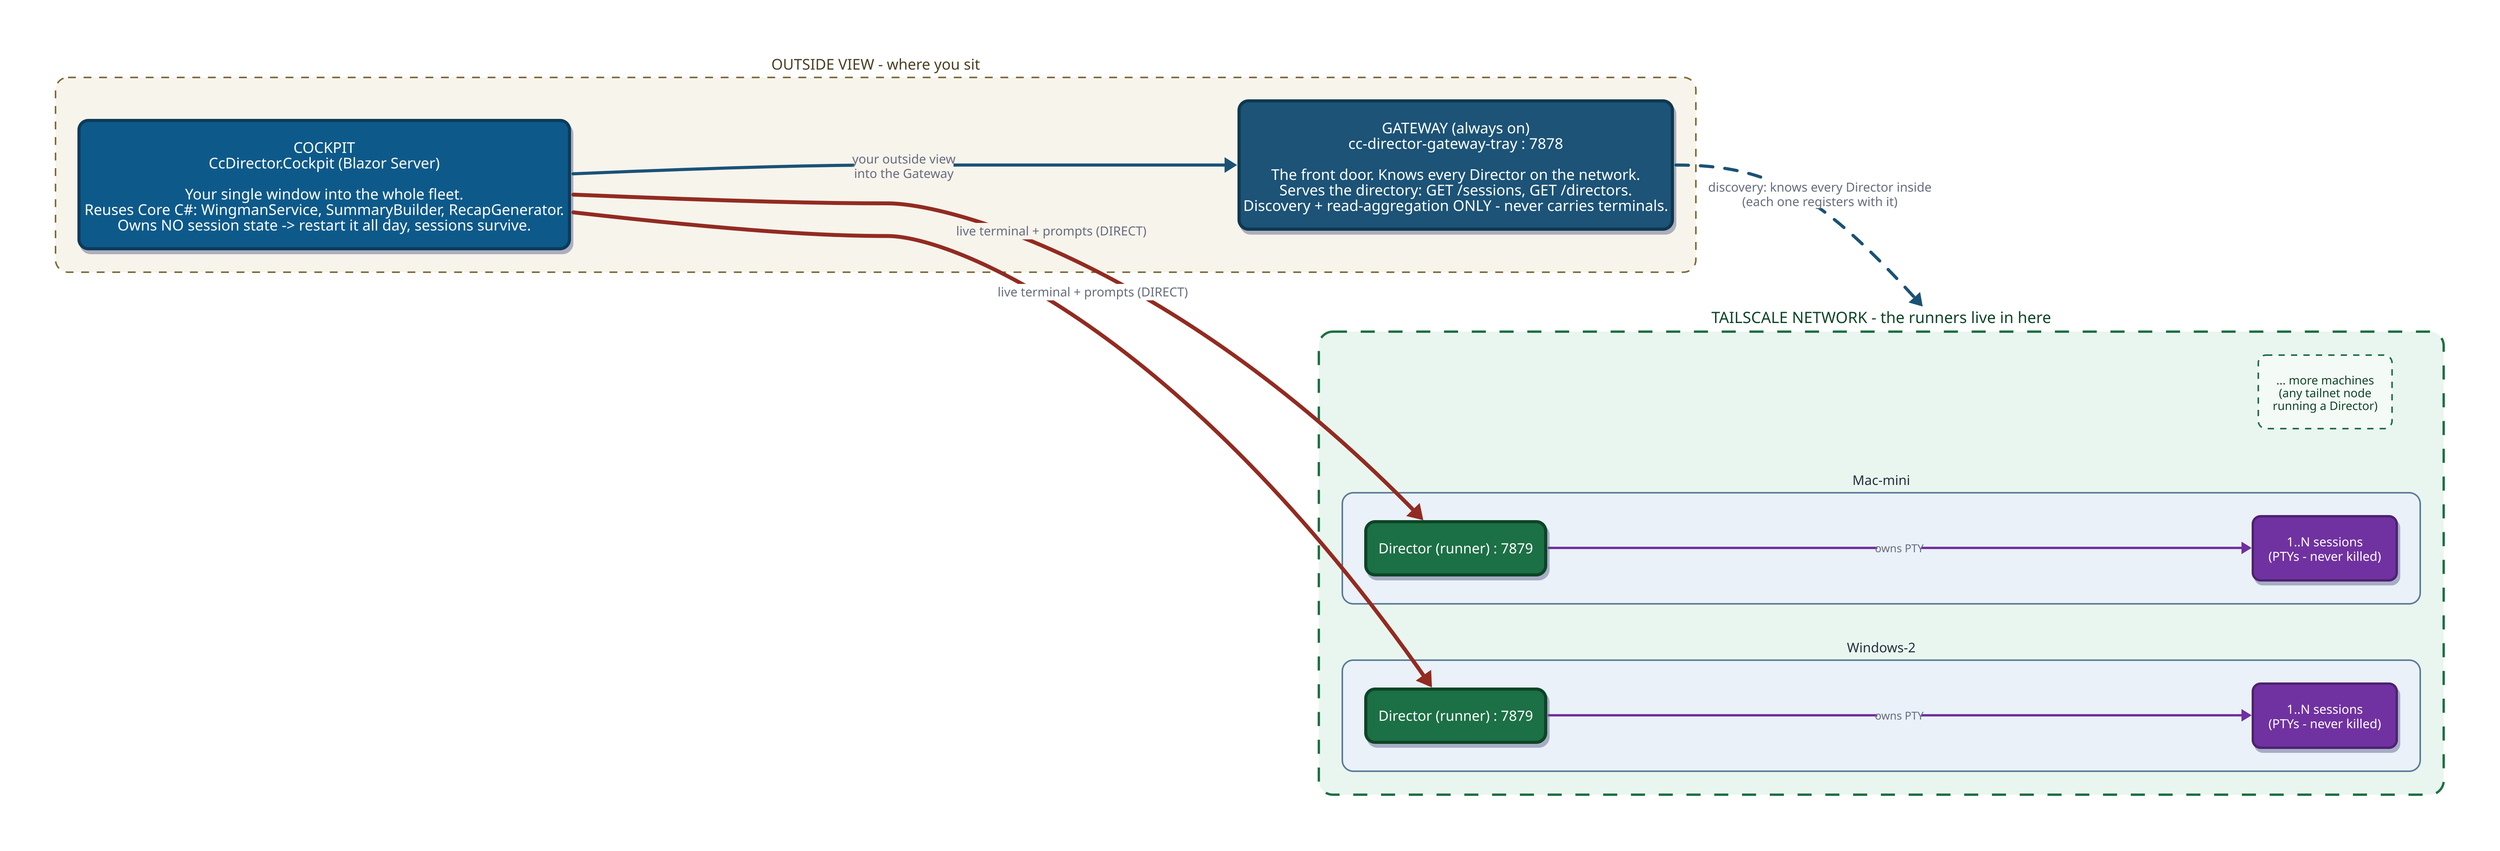
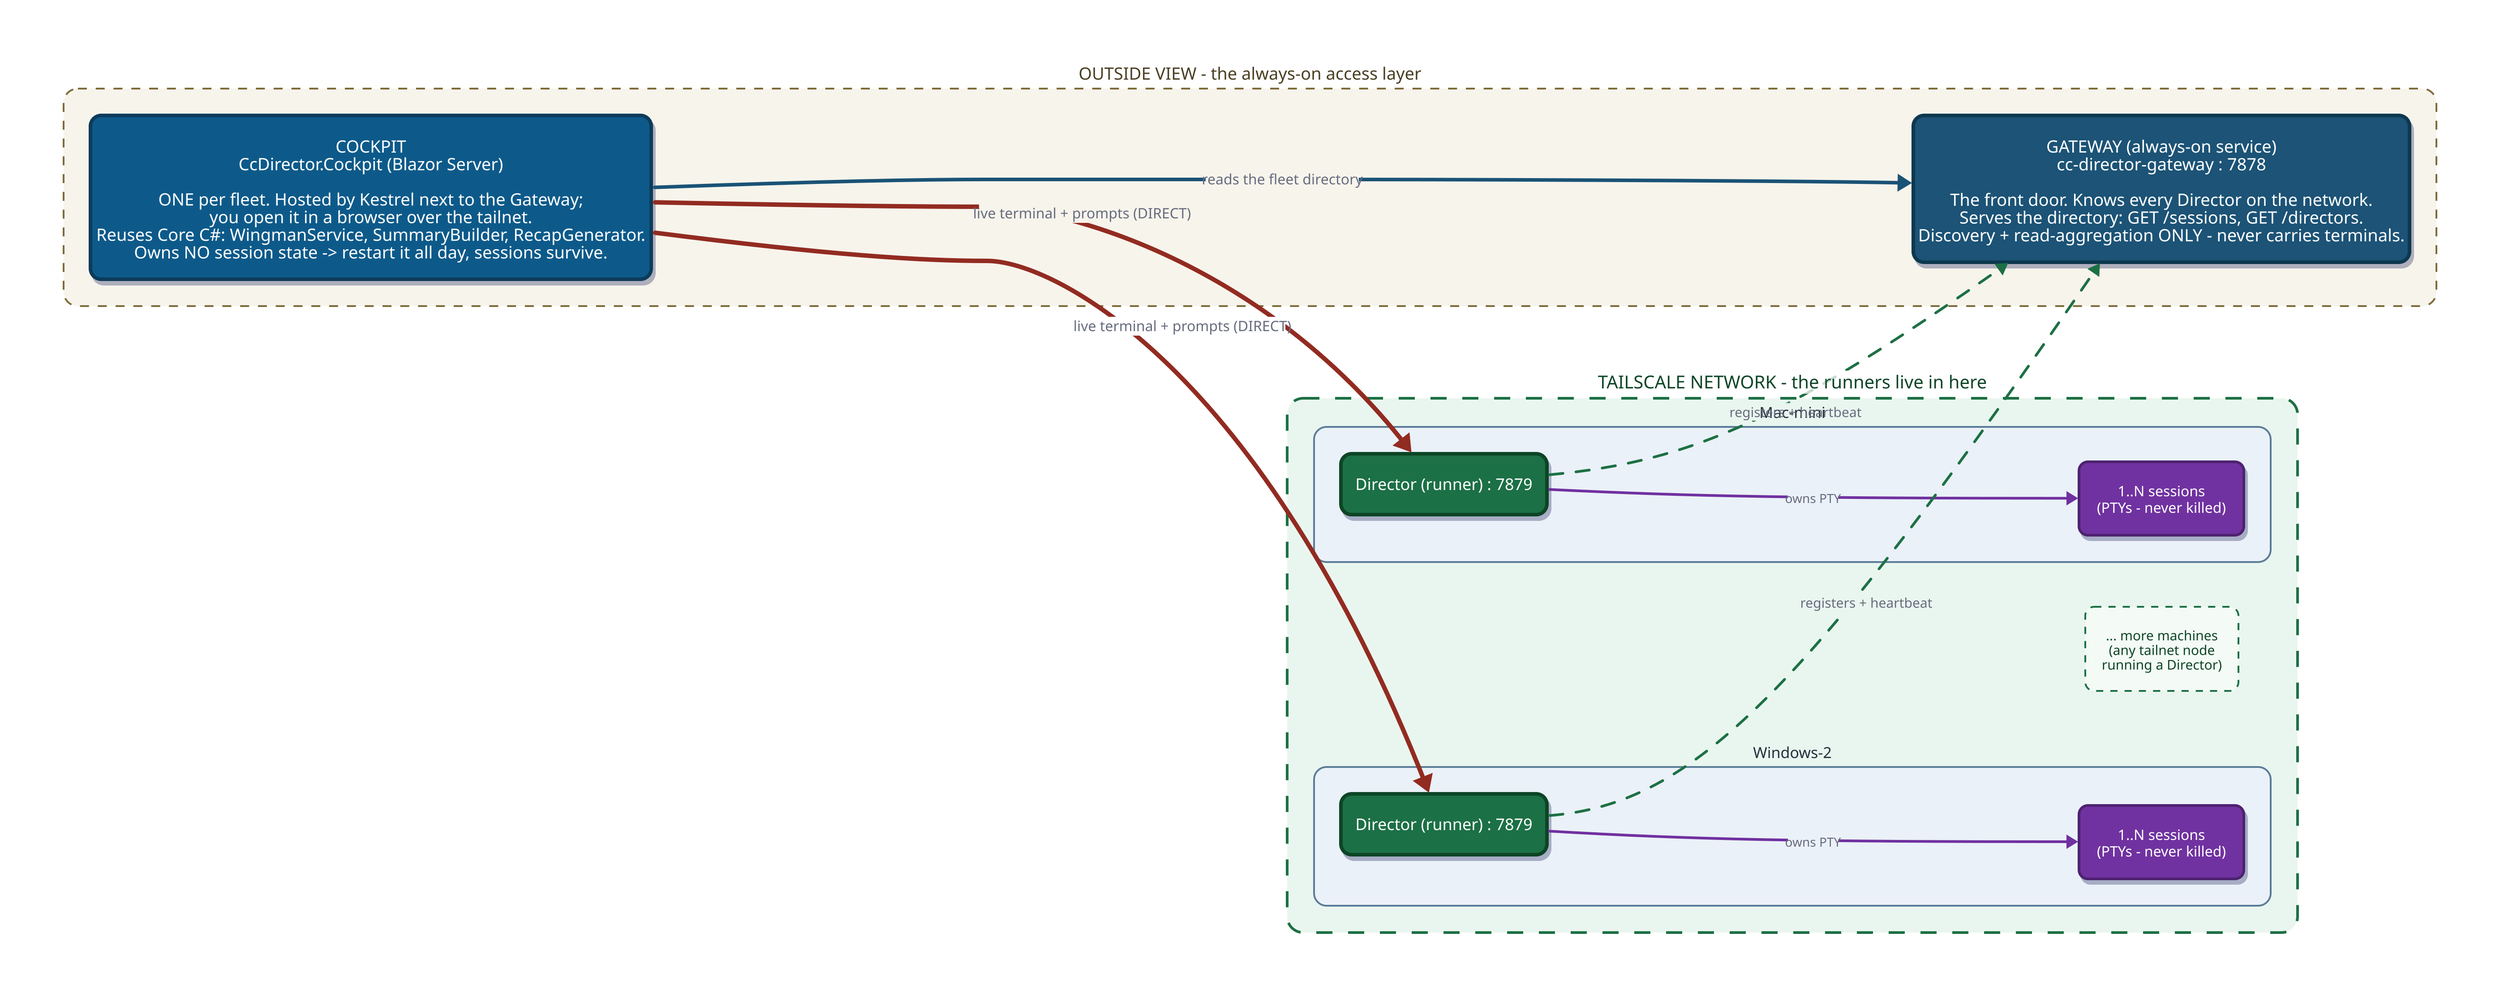
# CC Director - Cockpit Fleet Topology  (TARGET / PLANNED - v1)
#
# Left  = the OUTSIDE VIEW you interact with:  the Cockpit (your window) and the
#         always-on Gateway it reads from.
# Right = INSIDE the Tailscale network:  the runner machines, each with a
#         Director that owns the live session PTYs.
#
# The Cockpit reads the fleet directory from the Gateway, then reaches straight
# into the network to each owning Director for the live terminal + prompts.
# The Gateway never carries terminal traffic.  Directors are dumb runners;
# restarting the Cockpit never touches a session.
#
# Render with:
#   "D:\Tools\d2\d2.exe" --theme=0 --layout=elk cockpit-topology.d2 cockpit-topology.png

vars: {
  d2-config: {
    layout-engine: elk
    pad: 70
  }
}

direction: right

classes: {
  cockpit: {
    style: { fill: "#0E5A8A"; stroke: "#083A5A"; stroke-width: 4; font-color: white; font-size: 19; bold: true; border-radius: 12; shadow: true }
  }
  gateway: {
    style: { fill: "#1A5276"; stroke: "#0E3850"; stroke-width: 4; font-color: white; font-size: 19; bold: true; border-radius: 12; shadow: true }
  }
  director: {
    style: { fill: "#1D7044"; stroke: "#0E4527"; stroke-width: 4; font-color: white; font-size: 18; bold: true; border-radius: 12; shadow: true }
  }
  sessions: {
    style: { fill: "#7030A0"; stroke: "#4E2270"; stroke-width: 3; font-color: white; font-size: 16; bold: true; border-radius: 10; shadow: true }
  }
  machine: {
    style: { fill: "#EAF1F8"; stroke: "#5B7C99"; stroke-width: 2; font-color: "#22303C"; font-size: 17; bold: true; border-radius: 14 }
  }
  outside: {
    style: { fill: "#F7F4EC"; stroke: "#7E6B3A"; stroke-width: 2; stroke-dash: 5; font-color: "#4A3F22"; font-size: 19; bold: true; border-radius: 16 }
  }
  net: {
    style: { fill: "#E9F6EF"; stroke: "#1D7044"; stroke-width: 3; stroke-dash: 6; font-color: "#0E4527"; font-size: 20; bold: true; border-radius: 18 }
  }
}

- # ===== LEFT: the outside view (you sit here) ================================
- outside: "OUTSIDE VIEW  -  where you sit" {
+ # ===== LEFT: the always-on access layer (Gateway + Cockpit) =================
+ outside: "OUTSIDE VIEW  -  the always-on access layer" {
  class: outside

-   Cockpit: "COCKPIT\nCcDirector.Cockpit  (Blazor Server)\n\nYour single window into the whole fleet.\nReuses Core C#: WingmanService, SummaryBuilder, RecapGenerator.\nOwns NO session state -> restart it all day, sessions survive." { class: cockpit }
+   Cockpit: "COCKPIT\nCcDirector.Cockpit  (Blazor Server)\n\nONE per fleet. Hosted by Kestrel next to the Gateway;\nyou open it in a browser over the tailnet.\nReuses Core C#: WingmanService, SummaryBuilder, RecapGenerator.\nOwns NO session state -> restart it all day, sessions survive." { class: cockpit }

-   Gateway: "GATEWAY  (always on)\ncc-director-gateway-tray : 7878\n\nThe front door. Knows every Director on the network.\nServes the directory: GET /sessions, GET /directors.\nDiscovery + read-aggregation ONLY - never carries terminals." { class: gateway }
+   Gateway: "GATEWAY  (always-on service)\ncc-director-gateway : 7878\n\nThe front door. Knows every Director on the network.\nServes the directory: GET /sessions, GET /directors.\nDiscovery + read-aggregation ONLY - never carries terminals." { class: gateway }

-   Cockpit -> Gateway: "your outside view\ninto the Gateway" { style.stroke: "#1A5276"; style.stroke-width: 4; style.font-size: 16; style.bold: true }
+   Cockpit -> Gateway: "reads the fleet directory" { style.stroke: "#1A5276"; style.stroke-width: 4; style.font-size: 16; style.bold: true }
}

# ===== RIGHT: inside the Tailscale network (the runners) ====================
network: "TAILSCALE NETWORK  -  the runners live in here" {
  class: net

  macmini: "Mac-mini" {
    class: machine
    DirB: "Director (runner) : 7879" { class: director }
    SessB: "1..N sessions\n(PTYs - never killed)" { class: sessions }
    DirB -> SessB: "owns PTY" { style.stroke: "#7030A0"; style.stroke-width: 3; style.font-size: 14 }
  }

  win2: "Windows-2" {
    class: machine
    DirC: "Director (runner) : 7879" { class: director }
    SessC: "1..N sessions\n(PTYs - never killed)" { class: sessions }
    DirC -> SessC: "owns PTY" { style.stroke: "#7030A0"; style.stroke-width: 3; style.font-size: 14 }
  }

  more: "...  more machines\n(any tailnet node\nrunning a Director)" {
    style: { fill: "#F4FAF6"; stroke: "#1D7044"; stroke-width: 2; stroke-dash: 4; font-color: "#0E4527"; font-size: 15; border-radius: 10 }
  }
}

- # ===== Gateway knows the fleet (discovery reaches into the network) =========
- outside.Gateway -> network: "discovery: knows every Director inside\n(each one registers with it)" { style.stroke: "#1A5276"; style.stroke-width: 4; style.font-size: 16; style.bold: true; style.stroke-dash: 4 }
+ # ===== Each Director REGISTERS WITH the Gateway (how it learns the fleet) ====
+ network.macmini.DirB -> outside.Gateway: "registers + heartbeat" { style.stroke: "#1D7044"; style.stroke-width: 3; style.font-size: 15; style.bold: true; style.stroke-dash: 5 }
+ network.win2.DirC -> outside.Gateway: "registers + heartbeat" { style.stroke: "#1D7044"; style.stroke-width: 3; style.font-size: 15; style.bold: true; style.stroke-dash: 5 }

# ===== Cockpit dials each owning Director DIRECTLY (live terminal + prompts) =
outside.Cockpit -> network.macmini.DirB: "live terminal + prompts (DIRECT)" { style.stroke: "#922B21"; style.stroke-width: 5; style.font-size: 16; style.bold: true }
outside.Cockpit -> network.win2.DirC: "live terminal + prompts (DIRECT)" { style.stroke: "#922B21"; style.stroke-width: 5; style.font-size: 16; style.bold: true }
